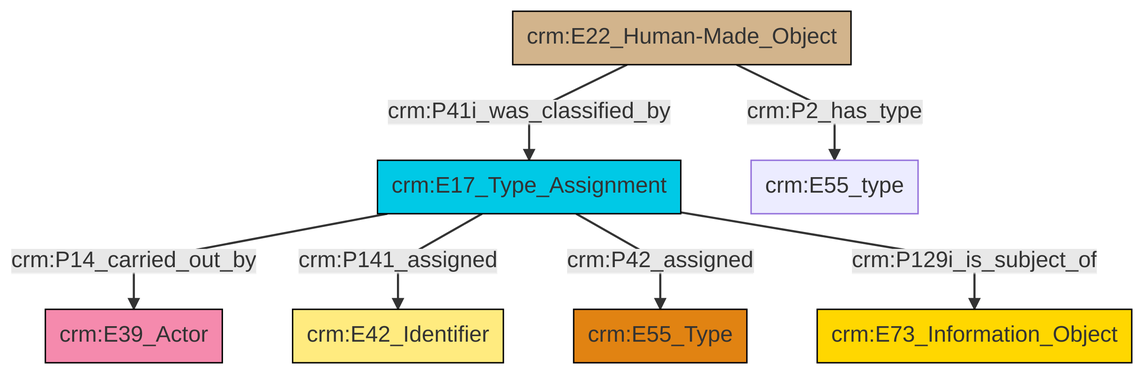
Above: et/builtWorkCSV/ttl/mmd/png/Built_Work_designation_status.png in swiss-art-research-net/docs.swissartresearch (Mermaid), before the change. Its source is kept beside it as et/builtWorkCSV/ttl/mmd/Built_Work_designation_status.ttl.mmd.
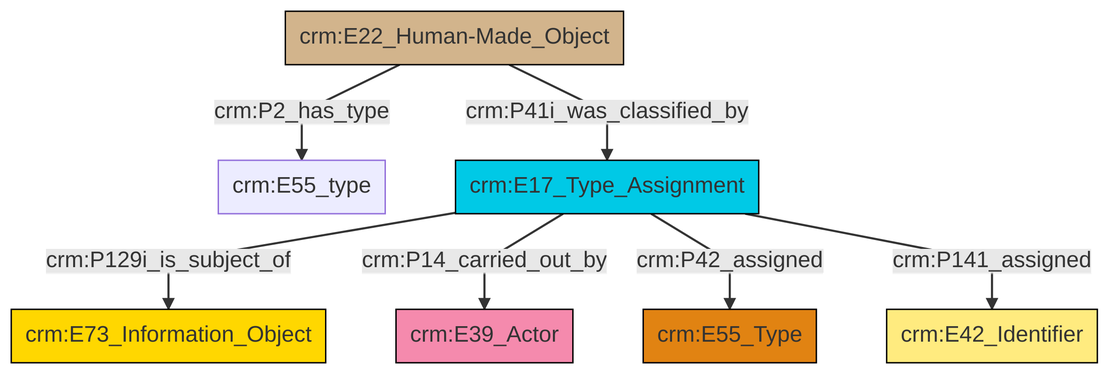
Above is the later version.

Change to the diagram source:
```diff
@@ -13,9 +13,9 @@
 classDef PC_Classes fill:#4ce600, stroke:#000000;
 classDef Multi fill:#cccccc,stroke:#000000;
 
-0["crm:E17_Type_Assignment"]:::Temporal_Entity -->|crm:P14_carried_out_by| 1["crm:E39_Actor"]:::Actor
-0["crm:E17_Type_Assignment"]:::Temporal_Entity -->|crm:P141_assigned| 2["crm:E42_Identifier"]:::Appellation
-6["crm:E22_Human-Made_Object"]:::Physical_Thing -->|crm:P41i_was_classified_by| 0["crm:E17_Type_Assignment"]:::Temporal_Entity
-0["crm:E17_Type_Assignment"]:::Temporal_Entity -->|crm:P42_assigned| 7["crm:E55_Type"]:::Type
-6["crm:E22_Human-Made_Object"]:::Physical_Thing -->|crm:P2_has_type| 4["crm:E55_type"]:::Default
-0["crm:E17_Type_Assignment"]:::Temporal_Entity -->|crm:P129i_is_subject_of| 9["crm:E73_Information_Object"]:::Conceptual_Object
+0["crm:E22_Human-Made_Object"]:::Physical_Thing -->|crm:P2_has_type| 1["crm:E55_type"]:::Default
+0["crm:E22_Human-Made_Object"]:::Physical_Thing -->|crm:P41i_was_classified_by| 4["crm:E17_Type_Assignment"]:::Temporal_Entity
+4["crm:E17_Type_Assignment"]:::Temporal_Entity -->|crm:P129i_is_subject_of| 2["crm:E73_Information_Object"]:::Conceptual_Object
+4["crm:E17_Type_Assignment"]:::Temporal_Entity -->|crm:P14_carried_out_by| 6["crm:E39_Actor"]:::Actor
+4["crm:E17_Type_Assignment"]:::Temporal_Entity -->|crm:P42_assigned| 8["crm:E55_Type"]:::Type
+4["crm:E17_Type_Assignment"]:::Temporal_Entity -->|crm:P141_assigned| 11["crm:E42_Identifier"]:::Appellation
```
